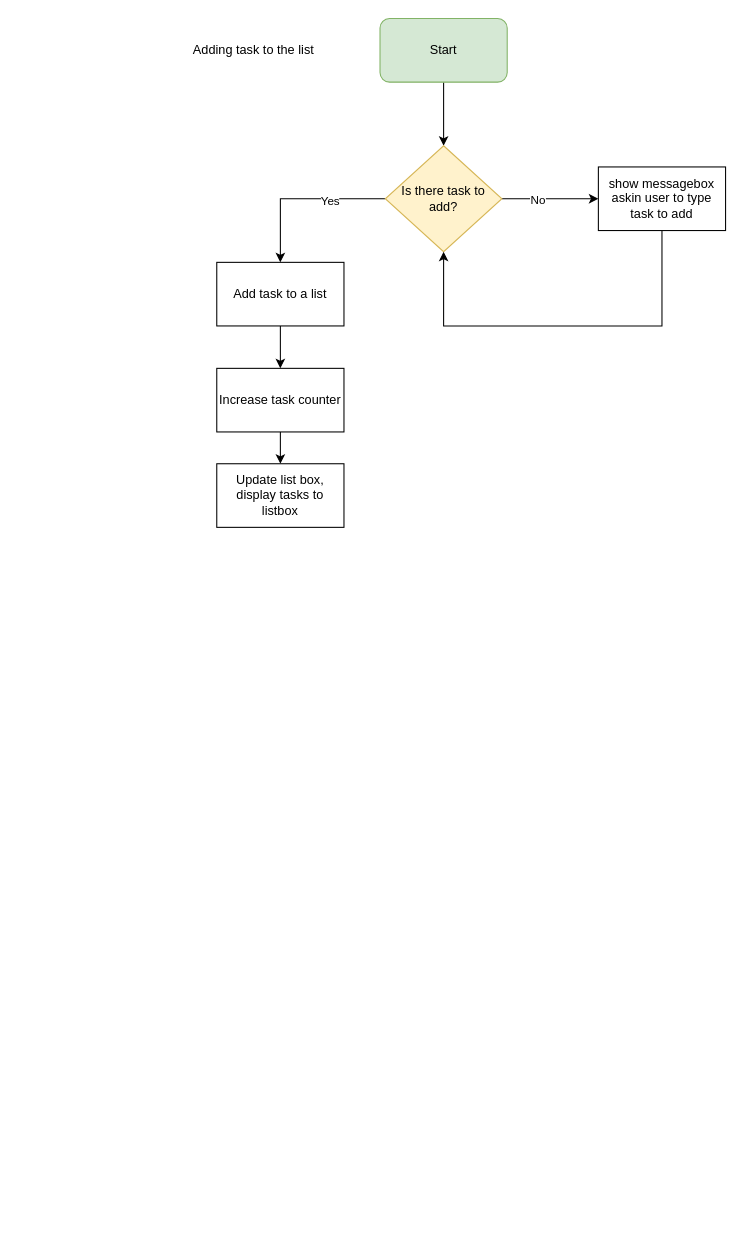
VictoriaJ4/VictoriaJ4 keeps this draw.io diagram as umlam.drawio. Above is the earlier version. Source tidied: cells renumbered, new cells numbered last; positions are measured from the earlier drawing's top-left corner, leaving out a move shared by most shapes. Both pictures are drawn from the tidied source at 106%, with x=0, y=0 at pixel (184, 18).
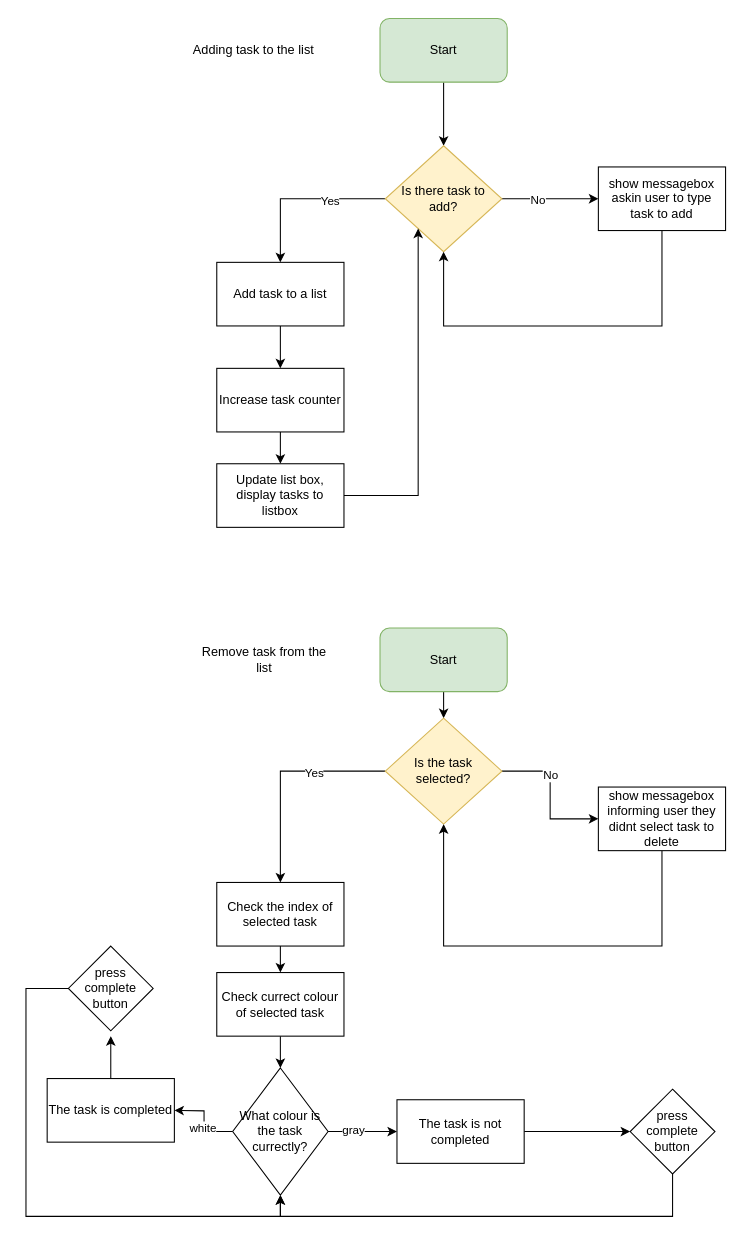
After the change.

Unchanged cells that the change refers to:
```xml
<mxCell id="8" value="Is there task to add?" style="rhombus;whiteSpace=wrap;html=1;fillColor=#fff2cc;strokeColor=#d6b656;" parent="1" vertex="1">
  <mxGeometry x="189" y="120" width="110" height="100" as="geometry" />
</mxCell>
<mxCell id="15" value="Update list box, display tasks to listbox" style="rounded=0;whiteSpace=wrap;html=1;" parent="1" vertex="1">
  <mxGeometry x="30" y="420" width="120" height="60" as="geometry" />
</mxCell>
```

What changed in the source:
```diff
@@
+    <mxCell id="17" style="edgeStyle=orthogonalEdgeStyle;rounded=0;jettySize=auto;html=1;" parent="1" edge="1" source="15" target="8">
+      <mxGeometry relative="1" as="geometry">
+        <Array as="points">
+          <mxPoint x="220" y="450" />
+        </Array>
+      </mxGeometry>
+    </mxCell>
@@
+    <mxCell id="18" style="edgeStyle=orthogonalEdgeStyle;rounded=0;jettySize=auto;html=1;entryX=0.5;entryY=0;entryDx=0;entryDy=0;" parent="1" edge="1" source="19" target="24">
+      <mxGeometry relative="1" as="geometry" />
+    </mxCell>
+    <mxCell id="19" value="Start" style="rounded=1;whiteSpace=wrap;html=1;fillColor=#d5e8d4;strokeColor=#82b366;" parent="1" vertex="1">
+      <mxGeometry x="184" y="575" width="120" height="60" as="geometry" />
+    </mxCell>
+    <mxCell id="20" style="edgeStyle=orthogonalEdgeStyle;rounded=0;jettySize=auto;html=1;" parent="1" edge="1" source="24" target="26">
+      <mxGeometry relative="1" as="geometry" />
+    </mxCell>
+    <mxCell id="21" value="Yes" style="edgeLabel;html=1;align=center;verticalAlign=middle;" parent="20" vertex="1">
+      <mxGeometry x="-0.33" y="1" relative="1" as="geometry" />
+    </mxCell>
+    <mxCell id="22" style="edgeStyle=orthogonalEdgeStyle;rounded=0;jettySize=auto;html=1;entryX=0;entryY=0.5;entryDx=0;entryDy=0;" parent="1" edge="1" source="24" target="30">
+      <mxGeometry relative="1" as="geometry" />
+    </mxCell>
+    <mxCell id="23" value="No" style="edgeLabel;html=1;align=center;verticalAlign=middle;" parent="22" vertex="1">
+      <mxGeometry x="-0.28" relative="1" as="geometry" />
+    </mxCell>
+    <mxCell id="24" value="Is the task selected?" style="rhombus;whiteSpace=wrap;html=1;fillColor=#fff2cc;strokeColor=#d6b656;" parent="1" vertex="1">
+      <mxGeometry x="189" y="660" width="110" height="100" as="geometry" />
+    </mxCell>
+    <mxCell id="25" style="edgeStyle=orthogonalEdgeStyle;rounded=0;jettySize=auto;html=1;" parent="1" edge="1" source="26" target="28">
+      <mxGeometry relative="1" as="geometry" />
+    </mxCell>
+    <mxCell id="26" value="Check the index of selected task" style="rounded=0;whiteSpace=wrap;html=1;" parent="1" vertex="1">
+      <mxGeometry x="30" y="815" width="120" height="60" as="geometry" />
+    </mxCell>
+    <mxCell id="27" style="edgeStyle=orthogonalEdgeStyle;rounded=0;jettySize=auto;html=1;" parent="1" edge="1" source="28">
+      <mxGeometry relative="1" as="geometry">
+        <mxPoint x="90" y="990" as="targetPoint" />
+      </mxGeometry>
+    </mxCell>
+    <mxCell id="28" value="Check currect colour of selected task" style="rounded=0;whiteSpace=wrap;html=1;" parent="1" vertex="1">
+      <mxGeometry x="30" y="900" width="120" height="60" as="geometry" />
+    </mxCell>
+    <mxCell id="29" style="edgeStyle=orthogonalEdgeStyle;rounded=0;jettySize=auto;html=1;entryX=0.5;entryY=1;entryDx=0;entryDy=0;" parent="1" edge="1" source="30" target="24">
+      <mxGeometry relative="1" as="geometry">
+        <Array as="points">
+          <mxPoint x="450" y="875" />
+          <mxPoint x="244" y="875" />
+        </Array>
+      </mxGeometry>
+    </mxCell>
+    <mxCell id="30" value="show messagebox informing user they didnt select task to delete" style="rounded=0;whiteSpace=wrap;html=1;" parent="1" vertex="1">
+      <mxGeometry x="390" y="725" width="120" height="60" as="geometry" />
+    </mxCell>
+    <mxCell id="31" value="Remove task from the list" style="text;html=1;align=center;verticalAlign=middle;whiteSpace=wrap;rounded=0;" parent="1" vertex="1">
+      <mxGeometry x="10" y="590" width="130" height="30" as="geometry" />
+    </mxCell>
+    <mxCell id="32" style="edgeStyle=orthogonalEdgeStyle;rounded=0;jettySize=auto;html=1;" parent="1" edge="1" source="36">
+      <mxGeometry relative="1" as="geometry">
+        <mxPoint x="-10" y="1030" as="targetPoint" />
+      </mxGeometry>
+    </mxCell>
+    <mxCell id="33" value="white" style="edgeLabel;html=1;align=center;verticalAlign=middle;" parent="32" vertex="1">
+      <mxGeometry x="-0.17" y="2" relative="1" as="geometry" />
+    </mxCell>
+    <mxCell id="34" style="edgeStyle=orthogonalEdgeStyle;rounded=0;jettySize=auto;html=1;" parent="1" edge="1" source="36" target="40">
+      <mxGeometry relative="1" as="geometry" />
+    </mxCell>
+    <mxCell id="35" value="gray" style="edgeLabel;html=1;align=center;verticalAlign=middle;" parent="34" vertex="1">
+      <mxGeometry x="-0.28" y="2" relative="1" as="geometry" />
+    </mxCell>
+    <mxCell id="36" value="What colour is the task currectly?" style="rhombus;whiteSpace=wrap;html=1;" parent="1" vertex="1">
+      <mxGeometry x="45" y="990" width="90" height="120" as="geometry" />
+    </mxCell>
+    <mxCell id="37" style="edgeStyle=orthogonalEdgeStyle;rounded=0;jettySize=auto;html=1;" parent="1" edge="1" source="38">
+      <mxGeometry relative="1" as="geometry">
+        <mxPoint x="-70" y="960" as="targetPoint" />
+      </mxGeometry>
+    </mxCell>
+    <mxCell id="38" value="The task is completed" style="rounded=0;whiteSpace=wrap;html=1;" parent="1" vertex="1">
+      <mxGeometry x="-130" y="1000" width="120" height="60" as="geometry" />
+    </mxCell>
+    <mxCell id="39" style="edgeStyle=orthogonalEdgeStyle;rounded=0;jettySize=auto;html=1;" parent="1" edge="1" source="40" target="42">
+      <mxGeometry relative="1" as="geometry" />
+    </mxCell>
+    <mxCell id="40" value="The task is not completed" style="whiteSpace=wrap;html=1;" parent="1" vertex="1">
+      <mxGeometry x="200" y="1020" width="120" height="60" as="geometry" />
+    </mxCell>
+    <mxCell id="41" style="edgeStyle=orthogonalEdgeStyle;rounded=0;jettySize=auto;html=1;entryX=0.5;entryY=1;entryDx=0;entryDy=0;" parent="1" edge="1" source="42" target="36">
+      <mxGeometry relative="1" as="geometry">
+        <Array as="points">
+          <mxPoint x="460" y="1130" />
+          <mxPoint x="90" y="1130" />
+        </Array>
+      </mxGeometry>
+    </mxCell>
+    <mxCell id="42" value="press complete button" style="rhombus;whiteSpace=wrap;html=1;" parent="1" vertex="1">
+      <mxGeometry x="420" y="1010" width="80" height="80" as="geometry" />
+    </mxCell>
+    <mxCell id="43" style="edgeStyle=orthogonalEdgeStyle;rounded=0;jettySize=auto;html=1;" parent="1" edge="1" source="44" target="36">
+      <mxGeometry relative="1" as="geometry">
+        <Array as="points">
+          <mxPoint x="-150" y="915" />
+          <mxPoint x="-150" y="1130" />
+          <mxPoint x="90" y="1130" />
+        </Array>
+      </mxGeometry>
+    </mxCell>
+    <mxCell id="44" value="press complete button" style="rhombus;whiteSpace=wrap;html=1;" parent="1" vertex="1">
+      <mxGeometry x="-110" y="875" width="80" height="80" as="geometry" />
+    </mxCell>
```
